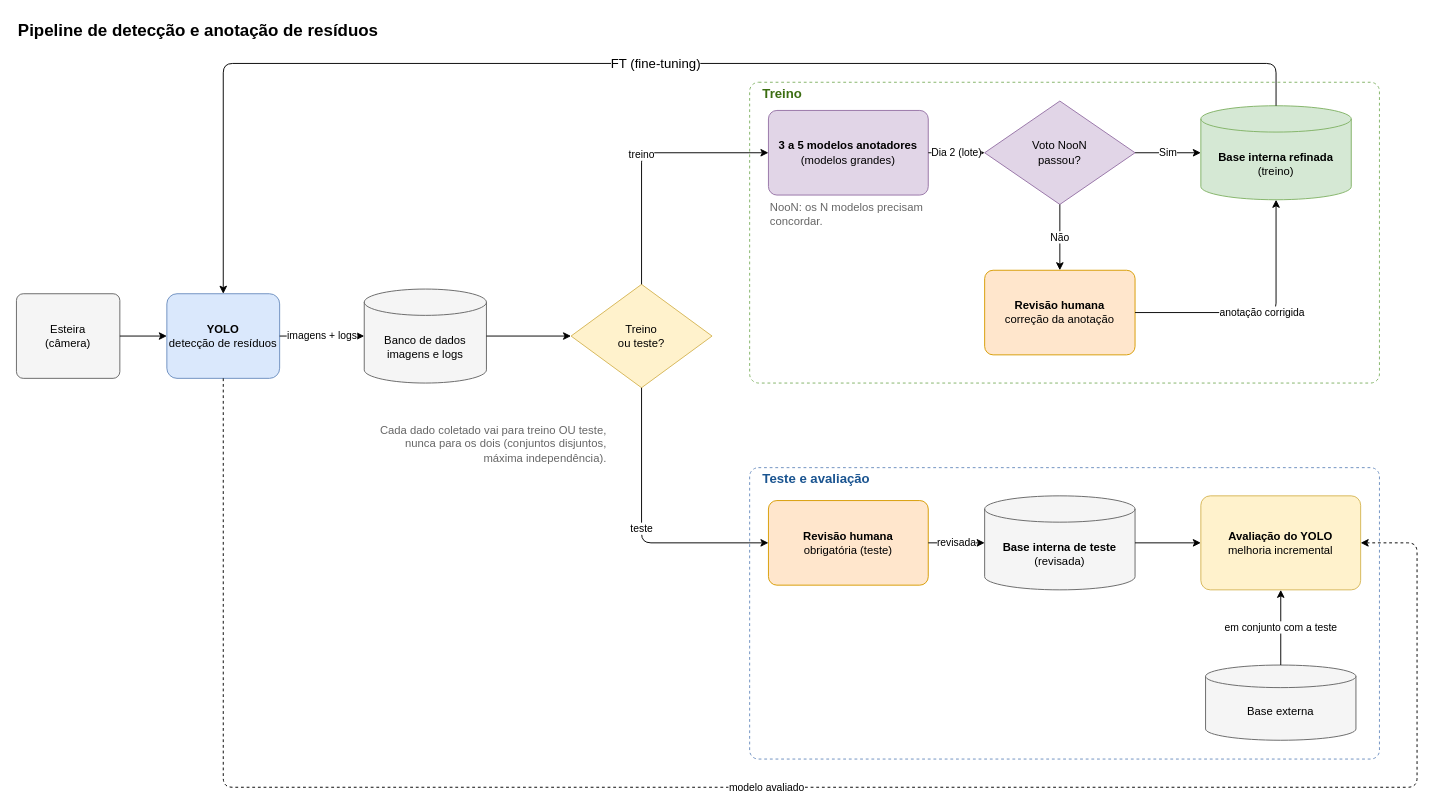
The draw.io diagram docs/diagrams/diagrama_v3.drawio in vdlwang/ecovision-iterativo, before the edit. Source tidied: cells renumbered, new cells numbered last; positions are measured from the earlier drawing's top-left corner, leaving out a move shared by most shapes. Both pictures are drawn from the tidied source at 94%, with x=0, y=0 at pixel (16, 16).
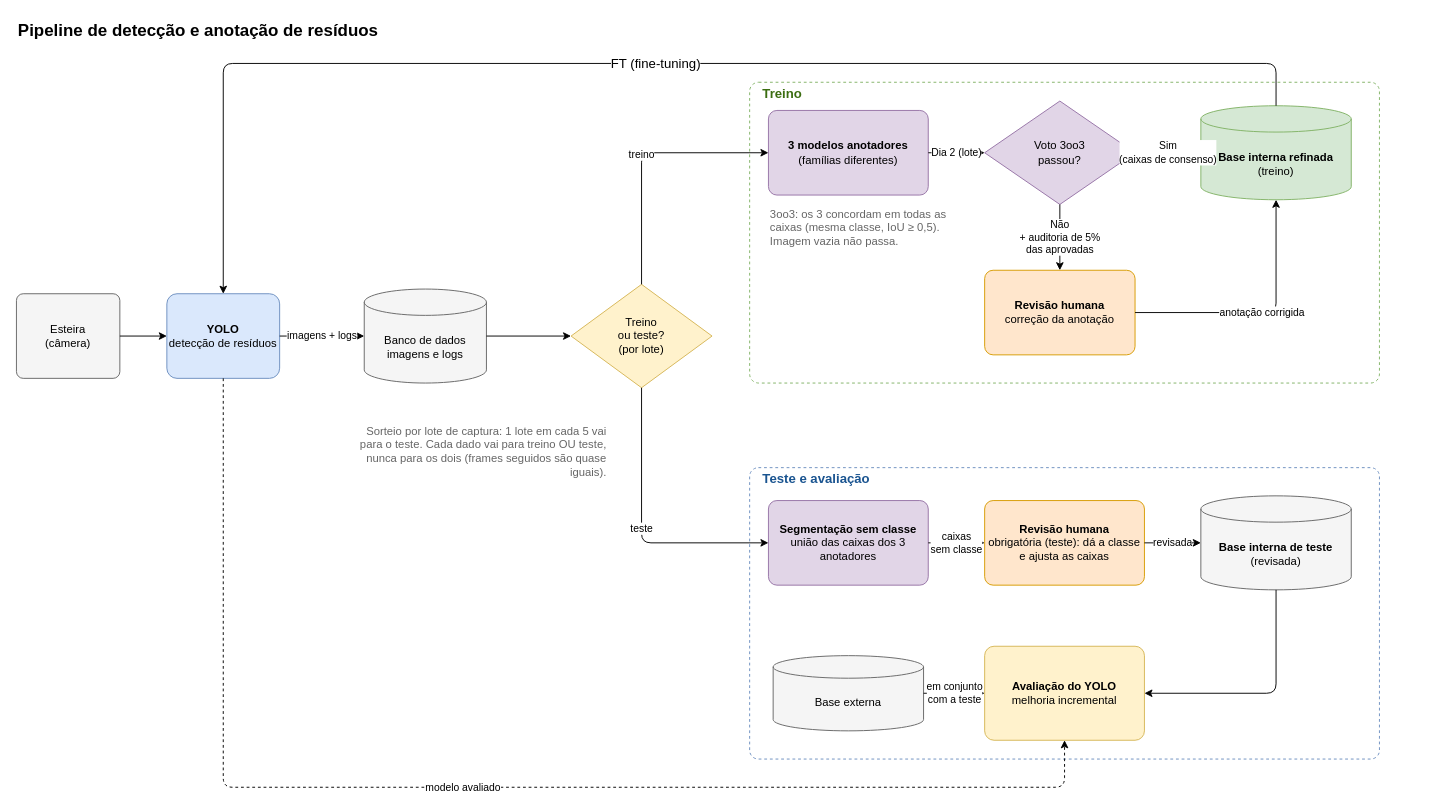
After the change.

Commit message (it also covers changes not shown here):
docs: diagrama v3 com voto 3oo3, auditoria e teste segmentado sem classe

Treino: 3 anotadores de famílias diferentes, voto 3oo3 (mesma classe,
IoU >= 0,5, imagem vazia não passa), auditoria de 5% das aprovadas.
Teste: sorteio por lote (1 em 5), segmentação sem classe pela união das
caixas dos anotadores antes da revisão obrigatória. O plano segue o
diagrama.

Unchanged cells that the change refers to:
```xml
<mxCell id="8" value="&lt;b&gt;YOLO&lt;/b&gt;&lt;br&gt;detecção de resíduos" style="rounded=1;whiteSpace=wrap;html=1;arcSize=12;fillColor=#dae8fc;strokeColor=#6c8ebf;" parent="1" vertex="1">
  <mxGeometry x="160" y="295" width="120" height="90" as="geometry" />
</mxCell>
<mxCell id="15" value="&lt;b&gt;Revisão humana&lt;/b&gt;&lt;br&gt;correção da anotação" style="rounded=1;whiteSpace=wrap;html=1;arcSize=10;fillColor=#ffe6cc;strokeColor=#d79b00;" parent="1" vertex="1">
  <mxGeometry x="1030" y="270" width="160" height="90" as="geometry" />
</mxCell>
<mxCell id="16" value="&lt;b&gt;Base interna refinada&lt;/b&gt;&lt;br&gt;(treino)" style="shape=cylinder3;whiteSpace=wrap;html=1;boundedLbl=1;backgroundOutline=1;size=14;fillColor=#d5e8d4;strokeColor=#82b366;" parent="1" vertex="1">
  <mxGeometry x="1260" y="95" width="160" height="100" as="geometry" />
</mxCell>
```

Diff of the diagram source:
```diff
@@
-    <mxCell id="10" value="Treino&lt;br&gt;ou teste?" style="rhombus;whiteSpace=wrap;html=1;fillColor=#fff2cc;strokeColor=#d6b656;" parent="1" vertex="1">
+    <mxCell id="10" value="Treino&lt;br&gt;ou teste?&lt;br&gt;(por lote)" style="rhombus;whiteSpace=wrap;html=1;fillColor=#fff2cc;strokeColor=#d6b656;" parent="1" vertex="1">
       <mxGeometry x="590" y="285" width="150" height="110" as="geometry" />
     </mxCell>
-    <mxCell id="11" value="Cada dado coletado vai para treino OU teste, nunca para os dois (conjuntos disjuntos, máxima independência)." style="text;html=1;align=right;verticalAlign=middle;whiteSpace=wrap;fontSize=12;fontColor=#666666;" parent="1" vertex="1">
-      <mxGeometry x="370" y="425" width="260" height="60" as="geometry" />
+    <mxCell id="11" value="Sorteio por lote de captura: 1 lote em cada 5 vai para o teste. Cada dado vai para treino OU teste, nunca para os dois (frames seguidos são quase iguais)." style="text;html=1;align=right;verticalAlign=middle;whiteSpace=wrap;fontSize=12;fontColor=#666666;" parent="1" vertex="1">
+      <mxGeometry x="350" y="425" width="280" height="75" as="geometry" />
     </mxCell>
-    <mxCell id="12" value="&lt;b&gt;3 a 5 modelos anotadores&lt;/b&gt;&lt;br&gt;(modelos grandes)" style="rounded=1;whiteSpace=wrap;html=1;arcSize=10;fillColor=#e1d5e7;strokeColor=#9673a6;" parent="1" vertex="1">
+    <mxCell id="12" value="&lt;b&gt;3 modelos anotadores&lt;/b&gt;&lt;br&gt;(famílias diferentes)" style="rounded=1;whiteSpace=wrap;html=1;arcSize=10;fillColor=#e1d5e7;strokeColor=#9673a6;" parent="1" vertex="1">
       <mxGeometry x="800" y="100" width="170" height="90" as="geometry" />
     </mxCell>
-    <mxCell id="13" value="NooN: os N modelos precisam concordar." style="text;html=1;align=left;verticalAlign=middle;whiteSpace=wrap;fontSize=12;fontColor=#666666;" parent="1" vertex="1">
-      <mxGeometry x="800" y="195" width="190" height="30" as="geometry" />
+    <mxCell id="13" value="3oo3: os 3 concordam em todas as caixas (mesma classe, IoU ≥ 0,5). Imagem vazia não passa." style="text;html=1;align=left;verticalAlign=middle;whiteSpace=wrap;fontSize=12;fontColor=#666666;" parent="1" vertex="1">
+      <mxGeometry x="800" y="195" width="210" height="60" as="geometry" />
     </mxCell>
-    <mxCell id="14" value="Voto NooN&lt;br&gt;passou?" style="rhombus;whiteSpace=wrap;html=1;fillColor=#e1d5e7;strokeColor=#9673a6;" parent="1" vertex="1">
+    <mxCell id="14" value="Voto 3oo3&lt;br&gt;passou?" style="rhombus;whiteSpace=wrap;html=1;fillColor=#e1d5e7;strokeColor=#9673a6;" parent="1" vertex="1">
       <mxGeometry x="1030" y="90" width="160" height="110" as="geometry" />
     </mxCell>
@@
+    <mxCell id="35" value="&lt;b&gt;Segmentação sem classe&lt;/b&gt;&lt;br&gt;união das caixas dos 3 anotadores" style="rounded=1;whiteSpace=wrap;html=1;arcSize=10;fillColor=#e1d5e7;strokeColor=#9673a6;" parent="1" vertex="1">
+      <mxGeometry x="800" y="515" width="170" height="90" as="geometry" />
+    </mxCell>
-    <mxCell id="17" value="&lt;b&gt;Revisão humana&lt;/b&gt;&lt;br&gt;obrigatória (teste)" style="rounded=1;whiteSpace=wrap;html=1;arcSize=10;fillColor=#ffe6cc;strokeColor=#d79b00;" parent="1" vertex="1">
-      <mxGeometry x="800" y="515" width="170" height="90" as="geometry" />
+    <mxCell id="17" value="&lt;b&gt;Revisão humana&lt;/b&gt;&lt;br&gt;obrigatória (teste): dá a classe e ajusta as caixas" style="rounded=1;whiteSpace=wrap;html=1;arcSize=10;fillColor=#ffe6cc;strokeColor=#d79b00;" parent="1" vertex="1">
+      <mxGeometry x="1030" y="515" width="170" height="90" as="geometry" />
     </mxCell>
     <mxCell id="18" value="&lt;b&gt;Base interna de teste&lt;/b&gt;&lt;br&gt;(revisada)" style="shape=cylinder3;whiteSpace=wrap;html=1;boundedLbl=1;backgroundOutline=1;size=14;fillColor=#f5f5f5;strokeColor=#666666;" parent="1" vertex="1">
-      <mxGeometry x="1030" y="510" width="160" height="100" as="geometry" />
+      <mxGeometry x="1260" y="510" width="160" height="100" as="geometry" />
     </mxCell>
     <mxCell id="19" value="&lt;b&gt;Avaliação do YOLO&lt;/b&gt;&lt;br&gt;melhoria incremental" style="rounded=1;whiteSpace=wrap;html=1;arcSize=10;fillColor=#fff2cc;strokeColor=#d6b656;" parent="1" vertex="1">
-      <mxGeometry x="1260" y="510" width="170" height="100" as="geometry" />
+      <mxGeometry x="1030" y="670" width="170" height="100" as="geometry" />
     </mxCell>
     <mxCell id="20" value="Base externa" style="shape=cylinder3;whiteSpace=wrap;html=1;boundedLbl=1;backgroundOutline=1;size=12;fillColor=#f5f5f5;strokeColor=#666666;" parent="1" vertex="1">
-      <mxGeometry x="1265" y="690" width="160" height="80" as="geometry" />
+      <mxGeometry x="805" y="680" width="160" height="80" as="geometry" />
     </mxCell>
@@
-    <mxCell id="25" value="teste" style="edgeStyle=orthogonalEdgeStyle;rounded=1;html=1;endArrow=classic;exitX=0.5;exitY=1;entryX=0;entryY=0.5;" parent="1" edge="1" source="10" target="17">
+    <mxCell id="25" value="teste" style="edgeStyle=orthogonalEdgeStyle;rounded=1;html=1;endArrow=classic;exitX=0.5;exitY=1;entryX=0;entryY=0.5;" parent="1" edge="1" source="10" target="35">
       <mxGeometry relative="1" as="geometry" />
     </mxCell>
@@
-    <mxCell id="27" value="Sim" style="edgeStyle=orthogonalEdgeStyle;rounded=1;html=1;endArrow=classic;exitX=1;exitY=0.5;entryX=0;entryY=0.5;" parent="1" edge="1" source="14" target="16">
+    <mxCell id="27" value="Sim&lt;br&gt;(caixas de consenso)" style="edgeStyle=orthogonalEdgeStyle;rounded=1;html=1;endArrow=classic;exitX=1;exitY=0.5;entryX=0;entryY=0.5;" parent="1" edge="1" source="14" target="16">
       <mxGeometry relative="1" as="geometry" />
     </mxCell>
-    <mxCell id="28" value="Não" style="edgeStyle=orthogonalEdgeStyle;rounded=1;html=1;endArrow=classic;exitX=0.5;exitY=1;entryX=0.5;entryY=0;" parent="1" edge="1" source="14" target="15">
+    <mxCell id="28" value="Não&lt;br&gt;+ auditoria de 5%&lt;br&gt;das aprovadas" style="edgeStyle=orthogonalEdgeStyle;rounded=1;html=1;endArrow=classic;exitX=0.5;exitY=1;entryX=0.5;entryY=0;" parent="1" edge="1" source="14" target="15">
       <mxGeometry relative="1" as="geometry" />
     </mxCell>
@@
+    <mxCell id="36" value="caixas&lt;br&gt;sem classe" style="edgeStyle=orthogonalEdgeStyle;rounded=1;html=1;endArrow=classic;" parent="1" edge="1" source="35" target="17">
+      <mxGeometry relative="1" as="geometry" />
+    </mxCell>
@@
-    <mxCell id="32" style="edgeStyle=orthogonalEdgeStyle;rounded=1;html=1;endArrow=classic;" parent="1" edge="1" source="18" target="19">
+    <mxCell id="32" style="edgeStyle=orthogonalEdgeStyle;rounded=1;html=1;endArrow=classic;exitX=0.5;exitY=1;entryX=1;entryY=0.5;" parent="1" edge="1" source="18" target="19">
       <mxGeometry relative="1" as="geometry" />
     </mxCell>
-    <mxCell id="33" value="em conjunto com a teste" style="edgeStyle=orthogonalEdgeStyle;rounded=1;html=1;endArrow=classic;exitX=0.5;exitY=0;entryX=0.5;entryY=1;" parent="1" edge="1" source="20" target="19">
+    <mxCell id="33" value="em conjunto&lt;br&gt;com a teste" style="edgeStyle=orthogonalEdgeStyle;rounded=1;html=1;endArrow=classic;exitX=1;exitY=0.5;entryX=0;entryY=0.5;" parent="1" edge="1" source="20" target="19">
       <mxGeometry relative="1" as="geometry" />
     </mxCell>
-    <mxCell id="34" value="modelo avaliado" style="edgeStyle=orthogonalEdgeStyle;rounded=1;html=1;endArrow=classic;dashed=1;exitX=0.5;exitY=1;entryX=1;entryY=0.5;" parent="1" edge="1" source="8" target="19">
+    <mxCell id="34" value="modelo avaliado" style="edgeStyle=orthogonalEdgeStyle;rounded=1;html=1;endArrow=classic;dashed=1;exitX=0.5;exitY=1;entryX=0.5;entryY=1;" parent="1" edge="1" source="8" target="19">
       <mxGeometry relative="1" as="geometry">
         <Array as="points">
           <mxPoint x="220" y="820" />
-          <mxPoint x="1490" y="820" />
-          <mxPoint x="1490" y="560" />
+          <mxPoint x="1115" y="820" />
         </Array>
       </mxGeometry>
     </mxCell>
```
